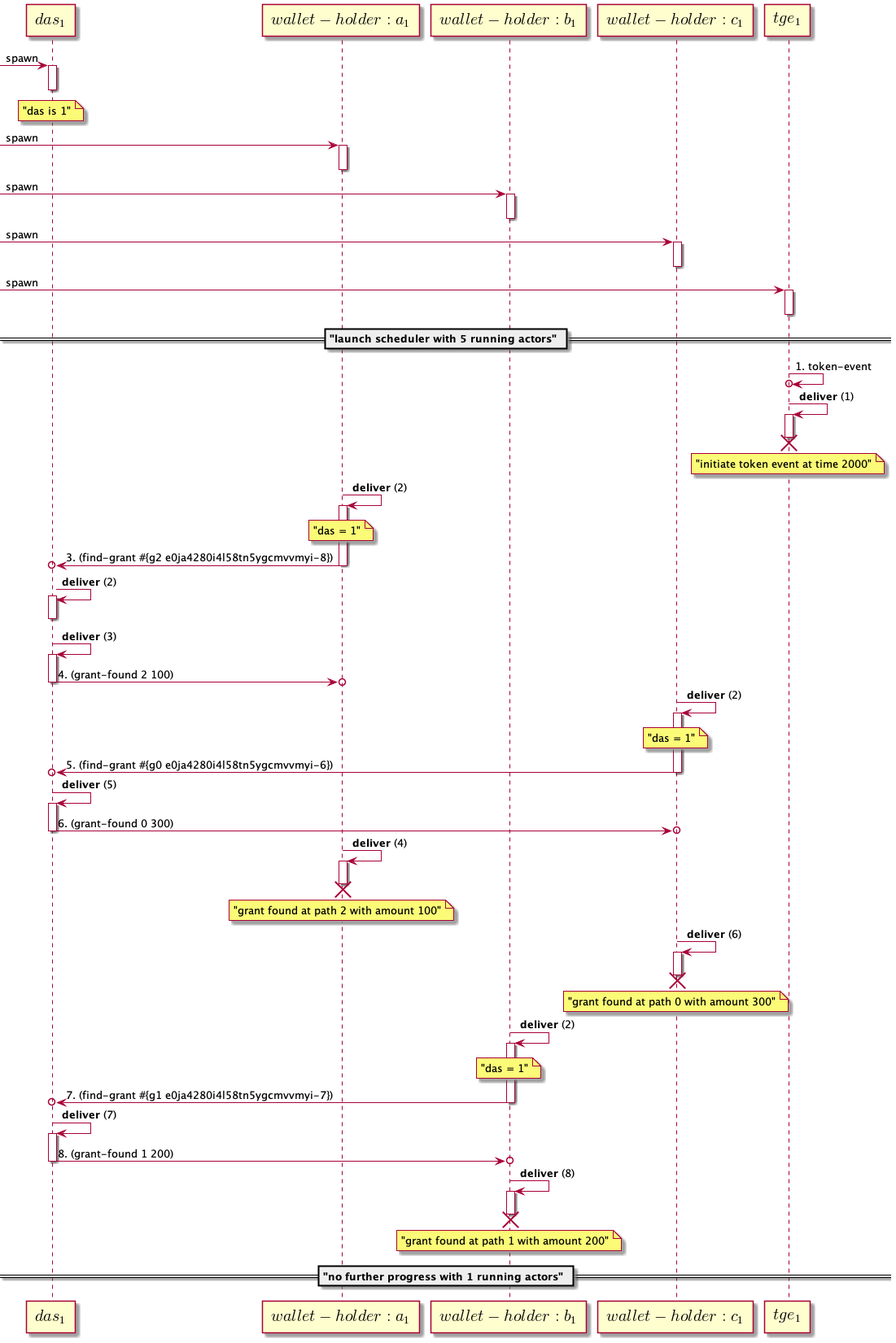
Before: glacier-drop/glacier-drop.png, a diagram exported from PlantUML (midnightntwrk/midnight-architecture). The source it was exported from:
```plantuml
@startuml
[-> "<latex>das_1</latex>" ++ : spawn
note over "<latex>das_1</latex>": "das is 1"
deactivate "<latex>das_1</latex>"
[-> "<latex>wallet-holder:a_1</latex>" ++ : spawn
deactivate "<latex>wallet-holder:a_1</latex>"
[-> "<latex>wallet-holder:b_1</latex>" ++ : spawn
deactivate "<latex>wallet-holder:b_1</latex>"
[-> "<latex>wallet-holder:c_1</latex>" ++ : spawn
deactivate "<latex>wallet-holder:c_1</latex>"
[-> "<latex>tge_1</latex>" ++ : spawn
deactivate "<latex>tge_1</latex>"
== "launch scheduler with 5 running actors" ==
"<latex>tge_1</latex>" ->o "<latex>tge_1</latex>" : 1. token-event
"<latex>tge_1</latex>" -> "<latex>tge_1</latex>" ++: **deliver** (1)
note over "<latex>tge_1</latex>": "initiate token event at time 2000"
destroy "<latex>tge_1</latex>"
"<latex>wallet-holder:a_1</latex>" -> "<latex>wallet-holder:a_1</latex>" ++: **deliver** (2)
note over "<latex>wallet-holder:a_1</latex>": "das = 1"
"<latex>wallet-holder:a_1</latex>" ->o "<latex>das_1</latex>" : 3. (find-grant #{g2 e0ja4280i4l58tn5ygcmvvmyi-8})
deactivate "<latex>wallet-holder:a_1</latex>"
"<latex>das_1</latex>" -> "<latex>das_1</latex>" ++: **deliver** (2)
deactivate "<latex>das_1</latex>"
"<latex>das_1</latex>" -> "<latex>das_1</latex>" ++: **deliver** (3)
"<latex>das_1</latex>" ->o "<latex>wallet-holder:a_1</latex>" : 4. (grant-found 2 100)
deactivate "<latex>das_1</latex>"
"<latex>wallet-holder:c_1</latex>" -> "<latex>wallet-holder:c_1</latex>" ++: **deliver** (2)
note over "<latex>wallet-holder:c_1</latex>": "das = 1"
"<latex>wallet-holder:c_1</latex>" ->o "<latex>das_1</latex>" : 5. (find-grant #{g0 e0ja4280i4l58tn5ygcmvvmyi-6})
deactivate "<latex>wallet-holder:c_1</latex>"
"<latex>das_1</latex>" -> "<latex>das_1</latex>" ++: **deliver** (5)
"<latex>das_1</latex>" ->o "<latex>wallet-holder:c_1</latex>" : 6. (grant-found 0 300)
deactivate "<latex>das_1</latex>"
"<latex>wallet-holder:a_1</latex>" -> "<latex>wallet-holder:a_1</latex>" ++: **deliver** (4)
note over "<latex>wallet-holder:a_1</latex>": "grant found at path 2 with amount 100"
destroy "<latex>wallet-holder:a_1</latex>"
"<latex>wallet-holder:c_1</latex>" -> "<latex>wallet-holder:c_1</latex>" ++: **deliver** (6)
note over "<latex>wallet-holder:c_1</latex>": "grant found at path 0 with amount 300"
destroy "<latex>wallet-holder:c_1</latex>"
"<latex>wallet-holder:b_1</latex>" -> "<latex>wallet-holder:b_1</latex>" ++: **deliver** (2)
note over "<latex>wallet-holder:b_1</latex>": "das = 1"
"<latex>wallet-holder:b_1</latex>" ->o "<latex>das_1</latex>" : 7. (find-grant #{g1 e0ja4280i4l58tn5ygcmvvmyi-7})
deactivate "<latex>wallet-holder:b_1</latex>"
"<latex>das_1</latex>" -> "<latex>das_1</latex>" ++: **deliver** (7)
"<latex>das_1</latex>" ->o "<latex>wallet-holder:b_1</latex>" : 8. (grant-found 1 200)
deactivate "<latex>das_1</latex>"
"<latex>wallet-holder:b_1</latex>" -> "<latex>wallet-holder:b_1</latex>" ++: **deliver** (8)
note over "<latex>wallet-holder:b_1</latex>": "grant found at path 1 with amount 200"
destroy "<latex>wallet-holder:b_1</latex>"
== "no further progress with 1 running actors" ==
@enduml
```
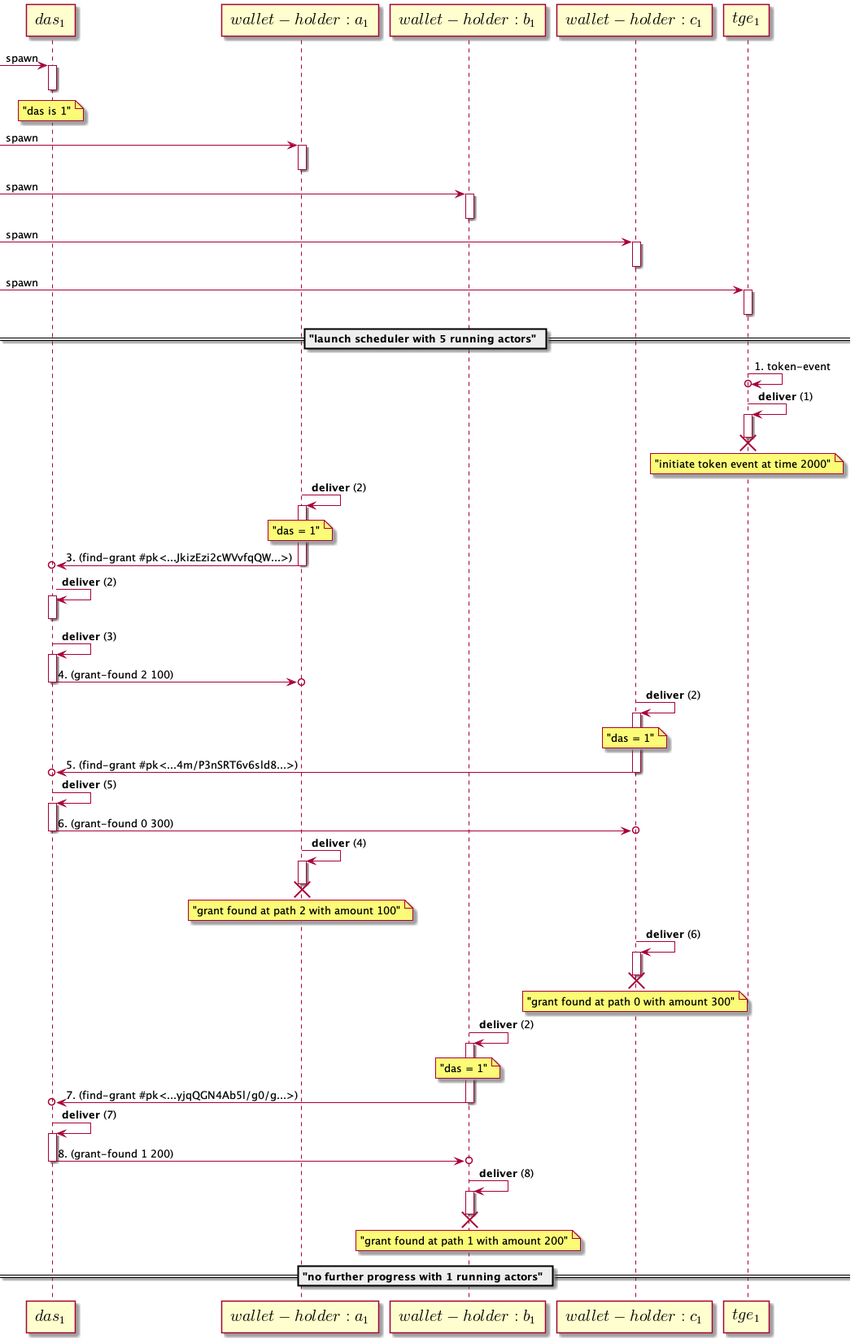
After the change.

What changed in the source:
```diff
@@ -17,7 +17,7 @@
 destroy "<latex>tge_1</latex>"
 "<latex>wallet-holder:a_1</latex>" -> "<latex>wallet-holder:a_1</latex>" ++: **deliver** (2)
 note over "<latex>wallet-holder:a_1</latex>": "das = 1"
-"<latex>wallet-holder:a_1</latex>" ->o "<latex>das_1</latex>" : 3. (find-grant #{g2 e0ja4280i4l58tn5ygcmvvmyi-8})
+"<latex>wallet-holder:a_1</latex>" ->o "<latex>das_1</latex>" : 3. (find-grant #pk<...JkizEzi2cWVvfqQW...>)
 deactivate "<latex>wallet-holder:a_1</latex>"
 "<latex>das_1</latex>" -> "<latex>das_1</latex>" ++: **deliver** (2)
 deactivate "<latex>das_1</latex>"
@@ -26,7 +26,7 @@
 deactivate "<latex>das_1</latex>"
 "<latex>wallet-holder:c_1</latex>" -> "<latex>wallet-holder:c_1</latex>" ++: **deliver** (2)
 note over "<latex>wallet-holder:c_1</latex>": "das = 1"
-"<latex>wallet-holder:c_1</latex>" ->o "<latex>das_1</latex>" : 5. (find-grant #{g0 e0ja4280i4l58tn5ygcmvvmyi-6})
+"<latex>wallet-holder:c_1</latex>" ->o "<latex>das_1</latex>" : 5. (find-grant #pk<...4m/P3nSRT6v6sld8...>)
 deactivate "<latex>wallet-holder:c_1</latex>"
 "<latex>das_1</latex>" -> "<latex>das_1</latex>" ++: **deliver** (5)
 "<latex>das_1</latex>" ->o "<latex>wallet-holder:c_1</latex>" : 6. (grant-found 0 300)
@@ -39,7 +39,7 @@
 destroy "<latex>wallet-holder:c_1</latex>"
 "<latex>wallet-holder:b_1</latex>" -> "<latex>wallet-holder:b_1</latex>" ++: **deliver** (2)
 note over "<latex>wallet-holder:b_1</latex>": "das = 1"
-"<latex>wallet-holder:b_1</latex>" ->o "<latex>das_1</latex>" : 7. (find-grant #{g1 e0ja4280i4l58tn5ygcmvvmyi-7})
+"<latex>wallet-holder:b_1</latex>" ->o "<latex>das_1</latex>" : 7. (find-grant #pk<...yjqQGN4Ab5l/g0/g...>)
 deactivate "<latex>wallet-holder:b_1</latex>"
 "<latex>das_1</latex>" -> "<latex>das_1</latex>" ++: **deliver** (7)
 "<latex>das_1</latex>" ->o "<latex>wallet-holder:b_1</latex>" : 8. (grant-found 1 200)
```
